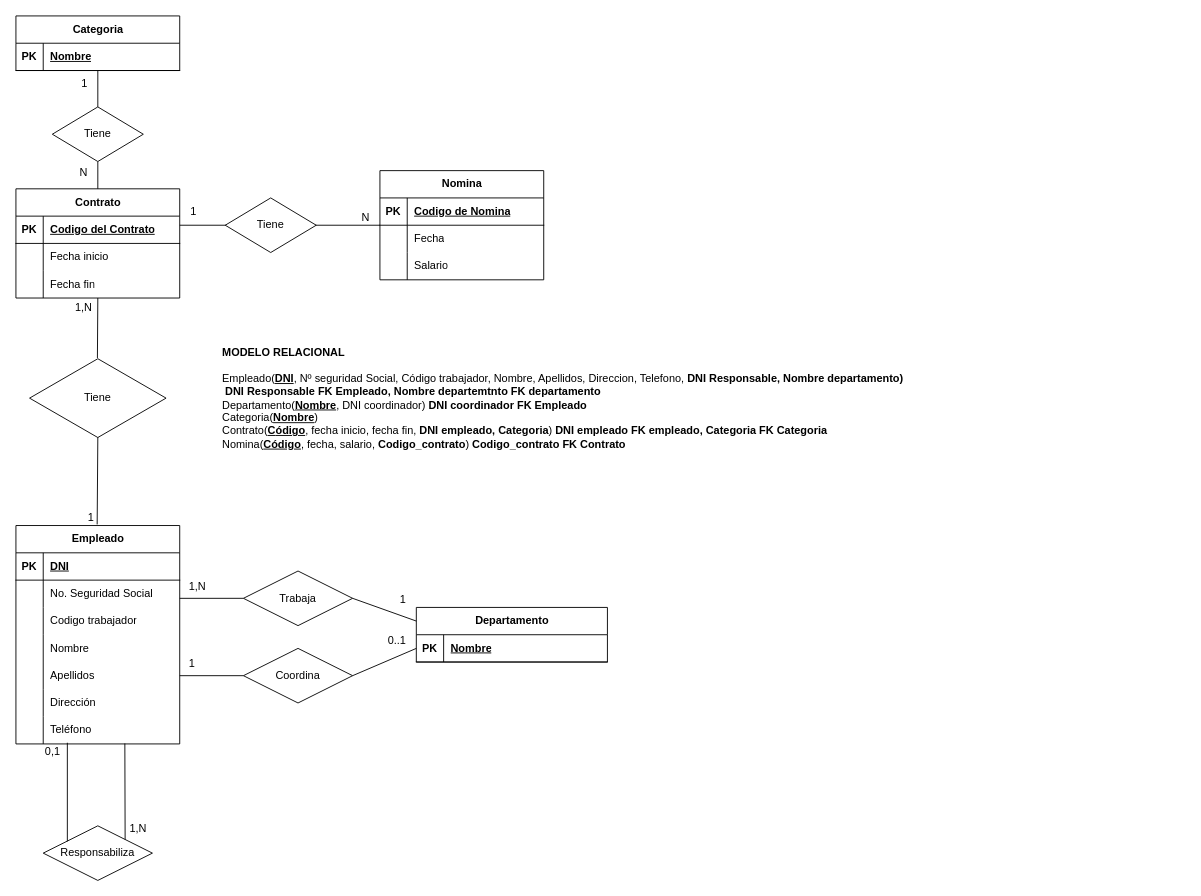
Above: Ejercicio_7_Organigrama.drawio in BasementHalfStackDev/ejercicios-ud12 (draw.io), before the change. Source tidied: cells renumbered, new cells numbered last; positions are measured from the earlier drawing's top-left corner, leaving out a move shared by most shapes. Both pictures are drawn from the tidied source at 91%, with x=0, y=0 at pixel (15, 15).
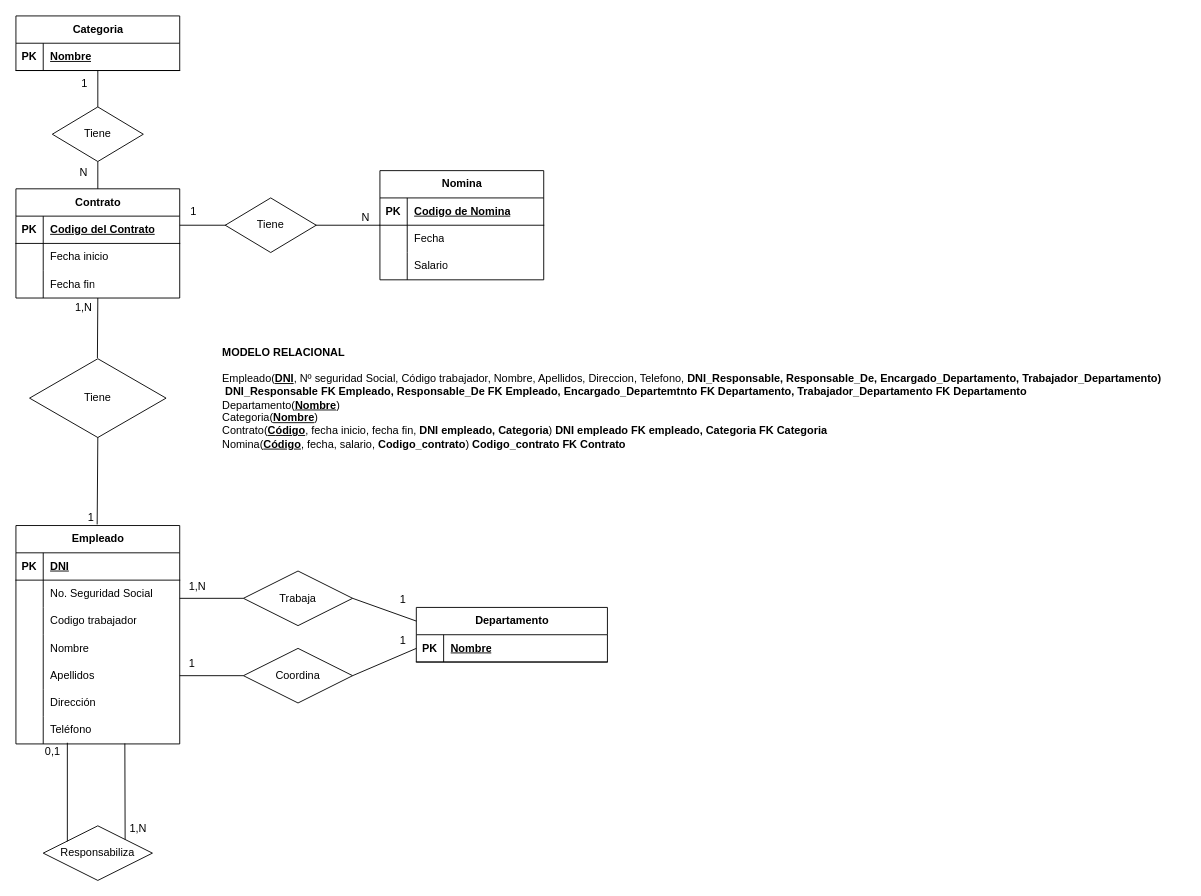
The same diagram, later.

Unchanged cells that the change refers to:
```xml
<mxCell id="51" style="endArrow=none;html=1;rounded=0;entryX=0;entryY=0.5;entryDx=0;entryDy=0;exitX=1;exitY=0.5;exitDx=0;exitDy=0;" parent="1" edge="1" source="48">
  <mxGeometry relative="1" as="geometry">
    <mxPoint x="440" y="695" as="targetPoint" />
  </mxGeometry>
</mxCell>
```

The edit, as a diff of the source:
```diff
@@
-    <mxCell id="52" value="0..1" style="html=1;whiteSpace=wrap;align=right;verticalAlign=bottom;" parent="51" vertex="1">
+    <mxCell id="52" value="1" style="html=1;whiteSpace=wrap;align=right;verticalAlign=bottom;" parent="51" vertex="1">
       <mxGeometry x="1" relative="1" as="geometry">
         <mxPoint x="-10" as="offset" />
       </mxGeometry>
     </mxCell>
@@
-    <mxCell id="82" value="&lt;div style=&quot;&quot;&gt;&lt;b&gt;MODELO RELACIONAL&lt;/b&gt;&lt;/div&gt;&lt;div style=&quot;&quot;&gt;&lt;br&gt;&lt;/div&gt;&lt;div style=&quot;&quot;&gt;&lt;span style=&quot;background-color: initial;&quot;&gt;Empleado(&lt;/span&gt;&lt;u style=&quot;background-color: initial; border-color: var(--border-color);&quot;&gt;&lt;b&gt;DNI&lt;/b&gt;&lt;/u&gt;&lt;span style=&quot;background-color: initial;&quot;&gt;, Nº seguridad Social, Código trabajador, Nombre, Apellidos, Direccion, Telefono, &lt;/span&gt;&lt;b style=&quot;background-color: initial;&quot;&gt;DNI Responsable, Nombre departamento)&amp;nbsp;&lt;/b&gt;&lt;/div&gt;&amp;nbsp;&lt;b&gt;DNI Responsable FK Empleado, Nombre departemtnto FK departamento&lt;/b&gt;&lt;div style=&quot;border-color: var(--border-color);&quot;&gt;Departamento(&lt;u style=&quot;border-color: var(--border-color);&quot;&gt;&lt;b&gt;Nombre&lt;/b&gt;&lt;/u&gt;, DNI coordinador)&amp;nbsp;&lt;b style=&quot;background-color: initial;&quot;&gt;DNI coordinador FK Empleado&lt;/b&gt;&lt;/div&gt;&lt;div style=&quot;border-color: var(--border-color);&quot;&gt;&lt;span style=&quot;background-color: initial;&quot;&gt;Categoria(&lt;b&gt;&lt;u&gt;Nombre&lt;/u&gt;&lt;/b&gt;)&lt;/span&gt;&lt;/div&gt;&lt;div style=&quot;border-color: var(--border-color);&quot;&gt;Contrato(&lt;b&gt;&lt;u&gt;C&lt;/u&gt;&lt;/b&gt;&lt;u style=&quot;border-color: var(--border-color);&quot;&gt;&lt;b&gt;ódigo&lt;/b&gt;&lt;/u&gt;, fecha inicio, fecha fin, &lt;b&gt;DNI empleado, Categoria&lt;/b&gt;)&amp;nbsp;&lt;span style=&quot;background-color: initial;&quot;&gt;&lt;b&gt;DNI empleado FK empleado, Categoria FK Categoria&lt;/b&gt;&lt;/span&gt;&lt;/div&gt;&lt;div style=&quot;border-color: var(--border-color);&quot;&gt;&lt;span style=&quot;background-color: initial;&quot;&gt;Nomina(&lt;u style=&quot;font-weight: bold;&quot;&gt;Código&lt;/u&gt;, fecha, salario, &lt;b&gt;Codigo_contrato&lt;/b&gt;) &lt;b&gt;Codigo_contrato FK Contrato&lt;/b&gt;&lt;/span&gt;&lt;/div&gt;" style="text;html=1;align=left;verticalAlign=middle;strokeColor=none;fillColor=none;" parent="1" vertex="1">
-      <mxGeometry x="225" y="355" width="780" height="130" as="geometry" />
+    <mxCell id="82" value="&lt;div style=&quot;&quot;&gt;&lt;b&gt;MODELO RELACIONAL&lt;/b&gt;&lt;/div&gt;&lt;div style=&quot;&quot;&gt;&lt;br&gt;&lt;/div&gt;&lt;div style=&quot;&quot;&gt;&lt;span style=&quot;background-color: initial;&quot;&gt;Empleado(&lt;/span&gt;&lt;u style=&quot;background-color: initial; border-color: var(--border-color);&quot;&gt;&lt;b&gt;DNI&lt;/b&gt;&lt;/u&gt;&lt;span style=&quot;background-color: initial;&quot;&gt;, Nº seguridad Social, Código trabajador, Nombre, Apellidos, Direccion, Telefono, &lt;/span&gt;&lt;b style=&quot;background-color: initial;&quot;&gt;DNI_Responsable, Responsable_De, Encargado_Departamento, Trabajador_Departamento)&amp;nbsp;&lt;/b&gt;&lt;/div&gt;&amp;nbsp;&lt;b&gt;DNI_Responsable FK Empleado, Responsable_De FK Empleado, Encargado_Departemtnto FK Departamento, Trabajador_Departamento FK Departamento&lt;/b&gt;&lt;div style=&quot;border-color: var(--border-color);&quot;&gt;Departamento(&lt;u style=&quot;border-color: var(--border-color);&quot;&gt;&lt;b&gt;Nombre&lt;/b&gt;&lt;/u&gt;)&lt;/div&gt;&lt;div style=&quot;border-color: var(--border-color);&quot;&gt;&lt;span style=&quot;background-color: initial;&quot;&gt;Categoria(&lt;b&gt;&lt;u&gt;Nombre&lt;/u&gt;&lt;/b&gt;)&lt;/span&gt;&lt;/div&gt;&lt;div style=&quot;border-color: var(--border-color);&quot;&gt;Contrato(&lt;b&gt;&lt;u&gt;C&lt;/u&gt;&lt;/b&gt;&lt;u style=&quot;border-color: var(--border-color);&quot;&gt;&lt;b&gt;ódigo&lt;/b&gt;&lt;/u&gt;, fecha inicio, fecha fin, &lt;b&gt;DNI empleado, Categoria&lt;/b&gt;)&amp;nbsp;&lt;span style=&quot;background-color: initial;&quot;&gt;&lt;b&gt;DNI empleado FK empleado, Categoria FK Categoria&lt;/b&gt;&lt;/span&gt;&lt;/div&gt;&lt;div style=&quot;border-color: var(--border-color);&quot;&gt;&lt;span style=&quot;background-color: initial;&quot;&gt;Nomina(&lt;u style=&quot;font-weight: bold;&quot;&gt;Código&lt;/u&gt;, fecha, salario, &lt;b&gt;Codigo_contrato&lt;/b&gt;) &lt;b&gt;Codigo_contrato FK Contrato&lt;/b&gt;&lt;/span&gt;&lt;/div&gt;" style="text;html=1;align=left;verticalAlign=middle;strokeColor=none;fillColor=none;" parent="1" vertex="1">
+      <mxGeometry x="225" y="355" width="1060" height="130" as="geometry" />
     </mxCell>
```
